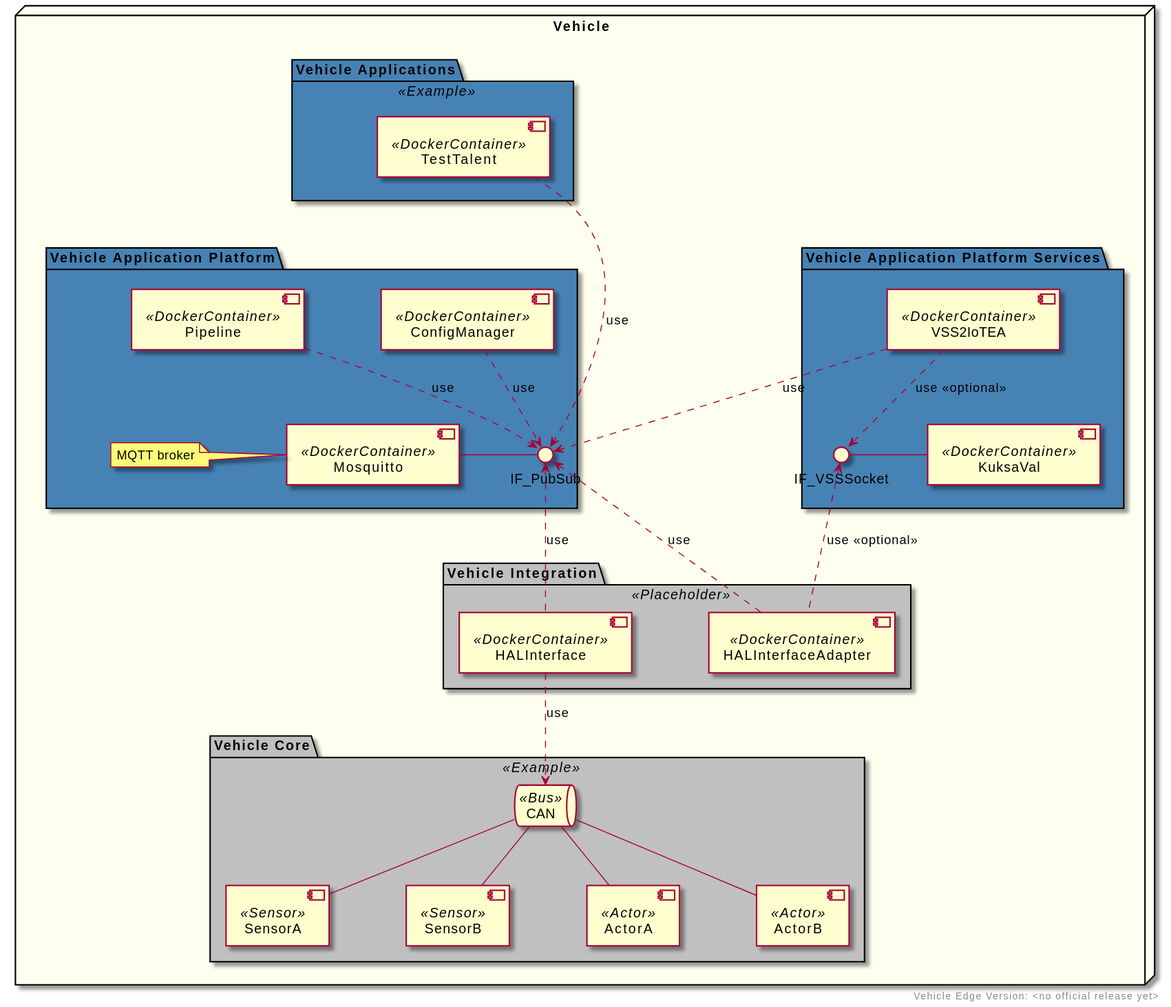
The PlantUML diagram docs/assets/plantuml/vehicle_edge_default_deployment.svg in COVESA/vehicle-edge, before a commit.
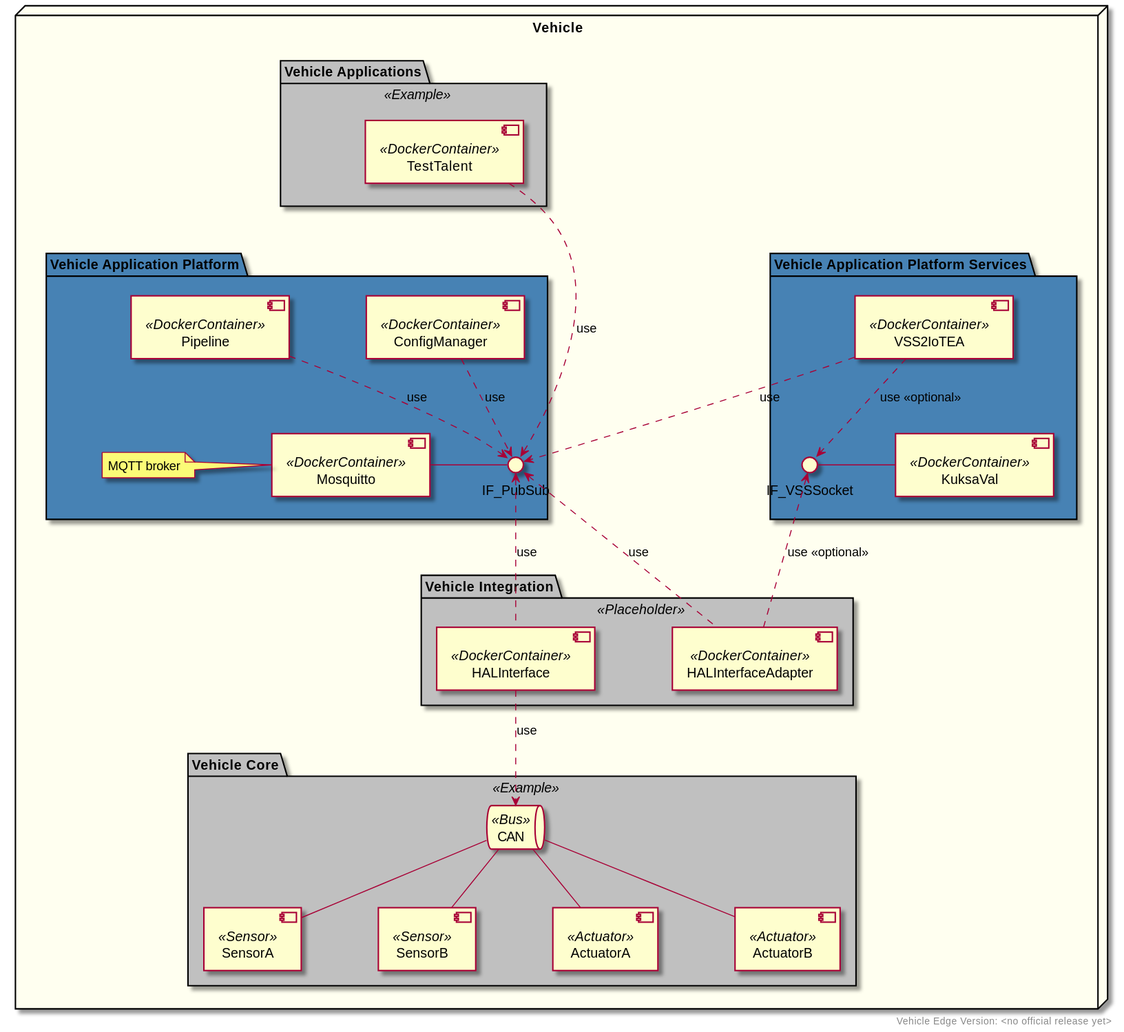
The same file after the commit.

Commit message:
Improve deployment.md and related diagram

This includes:
 - Replace term 'Actor' with 'Actuator'
 - Provide more information about the platform packages
 - Explain and align colors of packages in diagram

Diff of the diagram source:
```diff
@@ -24,7 +24,7 @@
                 KuksaVal -left- if_vss <<optional>>
         }
 
-        package "Vehicle Applications" as VehicleApplications <<Example>> #SteelBlue {
+        package "Vehicle Applications" as VehicleApplications <<Example>>  #Silver {
             component [TestTalent] << DockerContainer >>
         }
 
@@ -33,17 +33,17 @@
             component [HALInterfaceAdapter] <<DockerContainer>>
         }
 
-        package "Vehicle Core" as VehicleSensorsActors <<Example>> #Silver {
+        package "Vehicle Core" as VehicleCore <<Example>> #Silver {
             component SensorA <<Sensor>>
             component SensorB <<Sensor>>
-            component ActorA <<Actor>>
-            component ActorB <<Actor>>
+            component ActuatorA <<Actuator>>
+            component ActuatorB <<Actuator>>
             queue "CAN" as CAN<<Bus>>
 
             SensorA -up- CAN
             SensorB -up- CAN
-            ActorA -up- CAN
-            ActorB -up- CAN
+            ActuatorA -up- CAN
+            ActuatorB -up- CAN
         }
 
         TestTalent .down.> if_pb : use
```
